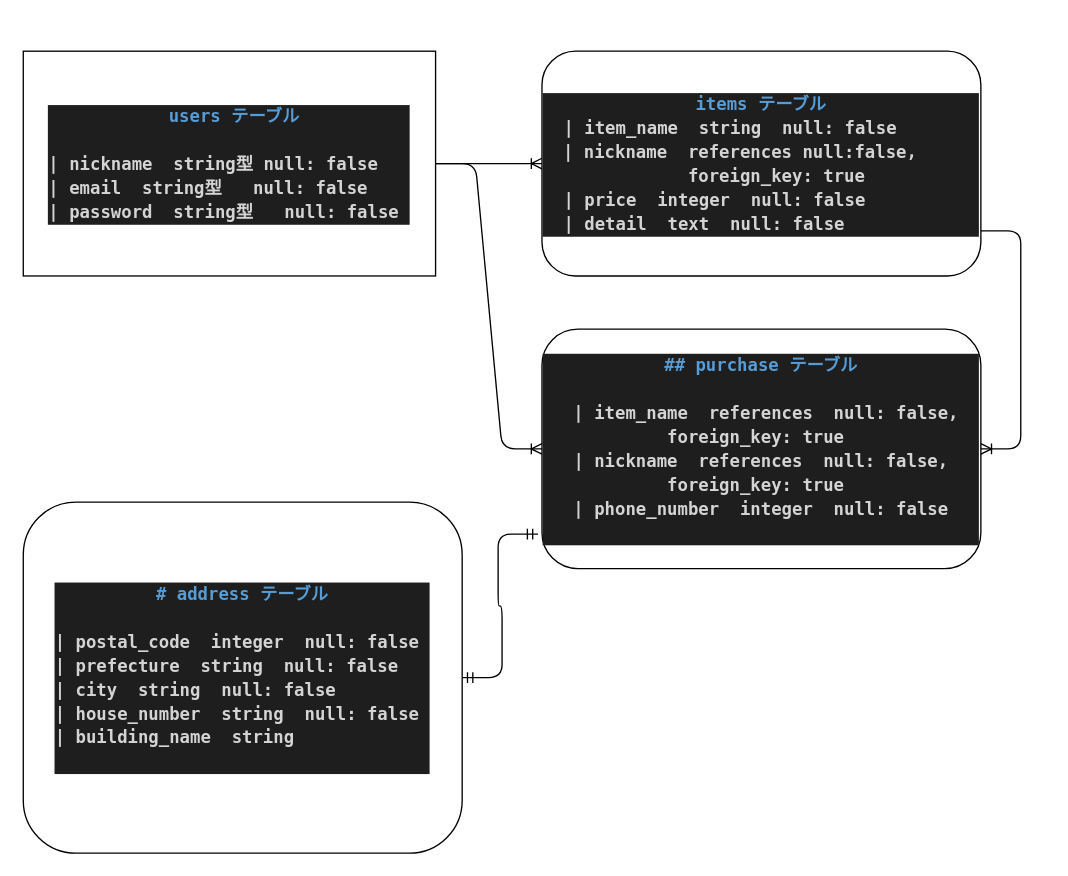
This is furima.dio from ippei-ishikawa/furima-32585, a draw.io file, before an edit. Source tidied: cells renumbered, new cells numbered last; positions are measured from the earlier drawing's top-left corner, leaving out a move shared by most shapes. Both pictures are drawn from the tidied source at 133%, with x=0, y=0 at pixel (23, 51).
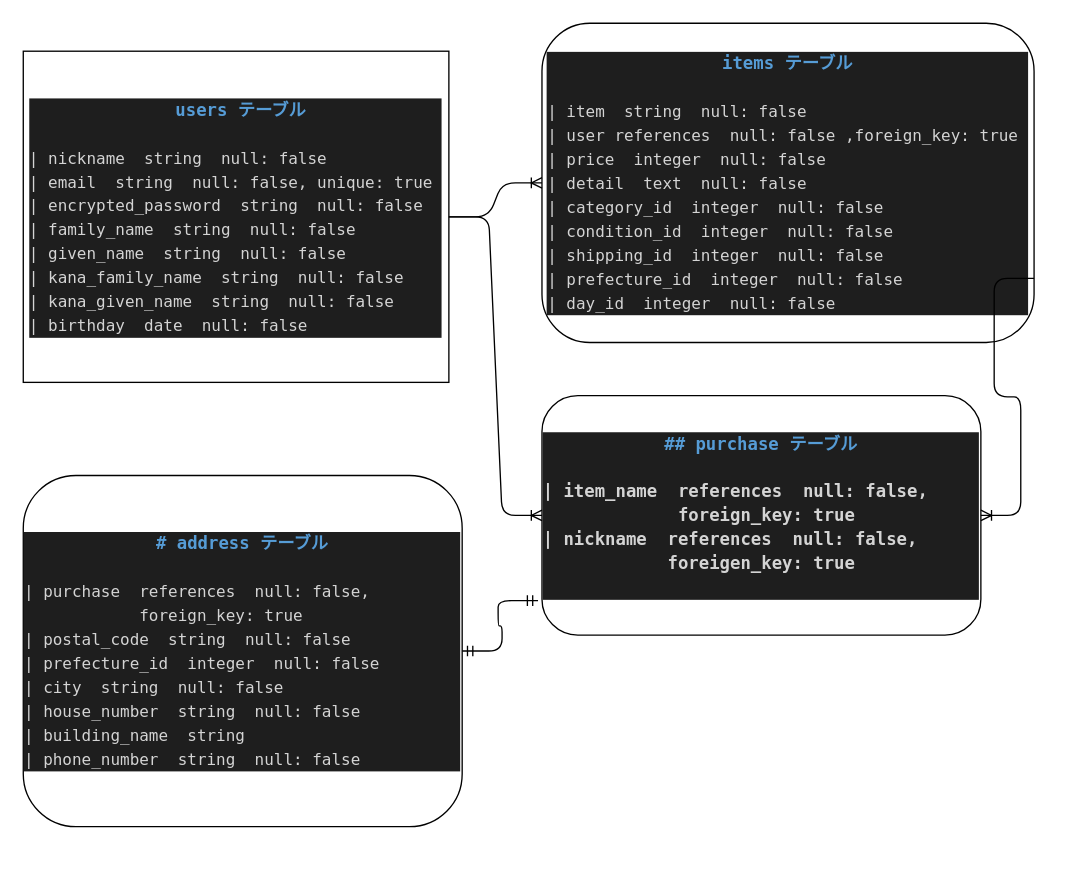
The same diagram, later.

What changed in the source:
```diff
@@
 <mxGraphModel>
   <root>
     <mxCell id="0" />
     <mxCell id="1" parent="0" />
-    <mxCell id="2" value="&lt;div style=&quot;color: rgb(212 , 212 , 212) ; background-color: rgb(30 , 30 , 30) ; font-family: &amp;#34;menlo&amp;#34; , &amp;#34;monaco&amp;#34; , &amp;#34;courier new&amp;#34; , monospace ; font-size: 13px ; line-height: 18px&quot;&gt;&lt;div style=&quot;font-size: 13px&quot;&gt;&lt;span style=&quot;color: rgb(86 , 156 , 214) ; font-size: 13px&quot;&gt;&amp;nbsp;users テーブル&lt;/span&gt;&lt;/div&gt;&lt;div style=&quot;font-size: 13px&quot;&gt;&lt;span style=&quot;color: rgb(86 , 156 , 214) ; font-size: 13px&quot;&gt;&lt;br style=&quot;font-size: 13px&quot;&gt;&lt;/span&gt;&lt;/div&gt;&lt;div style=&quot;text-align: left ; font-size: 13px&quot;&gt;| nickname&amp;nbsp; string型 null: false&amp;nbsp;&amp;nbsp;&lt;/div&gt;&lt;div style=&quot;text-align: left ; font-size: 13px&quot;&gt;| email&amp;nbsp; string型&amp;nbsp; &amp;nbsp;null: false&amp;nbsp;&lt;/div&gt;&lt;div style=&quot;text-align: left ; font-size: 13px&quot;&gt;&lt;span style=&quot;color: rgb(212 , 212 , 212) ; font-size: 13px&quot;&gt;| password&amp;nbsp; string型&amp;nbsp; &amp;nbsp;null: false&amp;nbsp;&lt;/span&gt;&lt;/div&gt;&lt;/div&gt;" style="rounded=0;whiteSpace=wrap;html=1;fontStyle=1;verticalAlign=middle;fontSize=13;" parent="1" vertex="1">
-      <mxGeometry width="310" height="169" as="geometry" />
+    <mxCell id="2" value="&lt;div style=&quot;color: rgb(212 , 212 , 212) ; background-color: rgb(30 , 30 , 30) ; font-family: &amp;#34;menlo&amp;#34; , &amp;#34;monaco&amp;#34; , &amp;#34;courier new&amp;#34; , monospace ; font-size: 13px ; line-height: 18px&quot;&gt;&lt;div style=&quot;font-size: 13px&quot;&gt;&lt;span style=&quot;color: rgb(86 , 156 , 214) ; font-size: 13px&quot;&gt;&amp;nbsp;users テーブル&lt;/span&gt;&lt;/div&gt;&lt;div style=&quot;font-size: 13px&quot;&gt;&lt;span style=&quot;color: rgb(86 , 156 , 214) ; font-size: 13px&quot;&gt;&lt;br style=&quot;font-size: 13px&quot;&gt;&lt;/span&gt;&lt;/div&gt;&lt;div style=&quot;text-align: left ; font-size: 13px&quot;&gt;&lt;div style=&quot;font-family: &amp;#34;menlo&amp;#34; , &amp;#34;monaco&amp;#34; , &amp;#34;courier new&amp;#34; , monospace ; font-weight: normal ; font-size: 12px ; line-height: 18px&quot;&gt;&lt;div&gt;| nickname&amp;nbsp; string&amp;nbsp; null: false&amp;nbsp;&lt;/div&gt;&lt;div&gt;| email&amp;nbsp; string&amp;nbsp; null: false, unique: true&amp;nbsp;&lt;/div&gt;&lt;div&gt;| encrypted_password&amp;nbsp; string&amp;nbsp; null: false&amp;nbsp;&lt;/div&gt;&lt;div&gt;| family_name&amp;nbsp; string&amp;nbsp; null: false&amp;nbsp;&lt;/div&gt;&lt;div&gt;| given_name&amp;nbsp; string&amp;nbsp; null: false&amp;nbsp;&lt;/div&gt;&lt;div&gt;| kana_family_name&amp;nbsp; string&amp;nbsp; null: false&amp;nbsp;&lt;/div&gt;&lt;div&gt;| kana_given_name&amp;nbsp; string&amp;nbsp; null: false&amp;nbsp;&lt;/div&gt;&lt;div&gt;| birthday&amp;nbsp; date&amp;nbsp; null: false&amp;nbsp;&lt;/div&gt;&lt;/div&gt;&lt;/div&gt;&lt;/div&gt;" style="rounded=0;whiteSpace=wrap;html=1;fontStyle=1;verticalAlign=middle;fontSize=13;" parent="1" vertex="1">
+      <mxGeometry width="320" height="249" as="geometry" />
     </mxCell>
-    <mxCell id="3" value="&lt;div style=&quot;color: rgb(212 , 212 , 212) ; background-color: rgb(30 , 30 , 30) ; font-family: &amp;#34;menlo&amp;#34; , &amp;#34;monaco&amp;#34; , &amp;#34;courier new&amp;#34; , monospace ; line-height: 18px ; font-size: 13px&quot;&gt;&lt;div style=&quot;font-size: 13px&quot;&gt;&lt;div style=&quot;font-family: &amp;#34;menlo&amp;#34; , &amp;#34;monaco&amp;#34; , &amp;#34;courier new&amp;#34; , monospace ; line-height: 18px ; font-size: 13px&quot;&gt;&lt;span style=&quot;color: rgb(86 , 156 , 214) ; font-size: 13px&quot;&gt;items テーブル&lt;/span&gt;&lt;/div&gt;&lt;/div&gt;&lt;div style=&quot;text-align: left ; font-size: 13px&quot;&gt;&amp;nbsp; | item_name&amp;nbsp; string&amp;nbsp; null: false&amp;nbsp;&lt;/div&gt;&lt;div style=&quot;font-size: 13px&quot;&gt;&lt;span&gt;&amp;nbsp;| nickname&amp;nbsp; references null:false,&amp;nbsp; &amp;nbsp; &amp;nbsp; &amp;nbsp; &amp;nbsp; foreign_key: true&amp;nbsp;&lt;/span&gt;&lt;/div&gt;&lt;div style=&quot;text-align: left ; font-size: 13px&quot;&gt;&amp;nbsp; | price&amp;nbsp; integer&amp;nbsp; null: false&amp;nbsp;&lt;/div&gt;&lt;div style=&quot;text-align: left ; font-size: 13px&quot;&gt;&amp;nbsp; | detail&amp;nbsp; text&amp;nbsp; null: false&amp;nbsp;&lt;/div&gt;&lt;/div&gt;" style="rounded=1;whiteSpace=wrap;html=1;fontSize=13;fontStyle=1;align=center;" parent="1" vertex="1">
-      <mxGeometry x="390" width="330" height="169" as="geometry" />
+    <mxCell id="3" value="&lt;div style=&quot;color: rgb(212 , 212 , 212) ; background-color: rgb(30 , 30 , 30) ; font-family: &amp;#34;menlo&amp;#34; , &amp;#34;monaco&amp;#34; , &amp;#34;courier new&amp;#34; , monospace ; line-height: 18px ; font-size: 13px&quot;&gt;&lt;div style=&quot;font-size: 13px&quot;&gt;&lt;div style=&quot;font-family: &amp;#34;menlo&amp;#34; , &amp;#34;monaco&amp;#34; , &amp;#34;courier new&amp;#34; , monospace ; line-height: 18px ; font-size: 13px&quot;&gt;&lt;span style=&quot;color: rgb(86 , 156 , 214) ; font-size: 13px&quot;&gt;items テーブル&lt;/span&gt;&lt;/div&gt;&lt;div style=&quot;font-family: &amp;#34;menlo&amp;#34; , &amp;#34;monaco&amp;#34; , &amp;#34;courier new&amp;#34; , monospace ; line-height: 18px ; font-size: 13px&quot;&gt;&lt;span style=&quot;color: rgb(86 , 156 , 214) ; font-size: 13px&quot;&gt;&lt;br&gt;&lt;/span&gt;&lt;/div&gt;&lt;/div&gt;&lt;div style=&quot;text-align: left ; font-size: 13px&quot;&gt;&lt;span style=&quot;font-family: &amp;#34;menlo&amp;#34; , &amp;#34;monaco&amp;#34; , &amp;#34;courier new&amp;#34; , monospace ; font-size: 12px ; font-weight: normal&quot;&gt;| item&amp;nbsp; string&amp;nbsp; null: false&amp;nbsp;&lt;/span&gt;&lt;/div&gt;&lt;div style=&quot;font-family: &amp;#34;menlo&amp;#34; , &amp;#34;monaco&amp;#34; , &amp;#34;courier new&amp;#34; , monospace ; font-weight: normal ; font-size: 12px ; line-height: 18px&quot;&gt;&lt;div style=&quot;text-align: left&quot;&gt;| user references&amp;nbsp; null: false ,foreign_key: true&amp;nbsp;&lt;/div&gt;&lt;div style=&quot;text-align: left&quot;&gt;| price&amp;nbsp; integer&amp;nbsp; null: false&amp;nbsp;&lt;/div&gt;&lt;div style=&quot;text-align: left&quot;&gt;| detail&amp;nbsp; text&amp;nbsp; null: false&amp;nbsp;&lt;/div&gt;&lt;div style=&quot;text-align: left&quot;&gt;| category_id&amp;nbsp; integer&amp;nbsp; null: false&amp;nbsp;&lt;/div&gt;&lt;div style=&quot;text-align: left&quot;&gt;| condition_id&amp;nbsp; integer&amp;nbsp; null: false&amp;nbsp;&lt;/div&gt;&lt;div style=&quot;text-align: left&quot;&gt;| shipping_id&amp;nbsp; integer&amp;nbsp; null: false&amp;nbsp;&lt;/div&gt;&lt;div style=&quot;text-align: left&quot;&gt;| prefecture_id&amp;nbsp; integer&amp;nbsp; null: false&amp;nbsp;&lt;/div&gt;&lt;div style=&quot;text-align: left&quot;&gt;| day_id&amp;nbsp; integer&amp;nbsp; null: false&amp;nbsp;&lt;/div&gt;&lt;/div&gt;&lt;/div&gt;" style="rounded=1;whiteSpace=wrap;html=1;fontSize=13;fontStyle=1;align=center;" parent="1" vertex="1">
+      <mxGeometry x="390" y="-21" width="370" height="240" as="geometry" />
     </mxCell>
-    <mxCell id="4" value="&lt;div style=&quot;color: rgb(212 , 212 , 212) ; background-color: rgb(30 , 30 , 30) ; font-family: &amp;#34;menlo&amp;#34; , &amp;#34;monaco&amp;#34; , &amp;#34;courier new&amp;#34; , monospace ; line-height: 18px&quot;&gt;&lt;div&gt;&lt;span style=&quot;color: rgb(86 , 156 , 214)&quot;&gt;## purchase テーブル&lt;/span&gt;&lt;/div&gt;&lt;div&gt;&lt;span style=&quot;color: rgb(86 , 156 , 214)&quot;&gt;&lt;br&gt;&lt;/span&gt;&lt;/div&gt;&lt;div&gt;&amp;nbsp;| item_name&amp;nbsp; references&amp;nbsp; null: false, foreign_key: true&amp;nbsp;&lt;/div&gt;&lt;div&gt;| nickname&amp;nbsp; references&amp;nbsp; null: false, foreign_key: true&amp;nbsp;&lt;/div&gt;&lt;div&gt;&lt;div style=&quot;font-family: &amp;#34;menlo&amp;#34; , &amp;#34;monaco&amp;#34; , &amp;#34;courier new&amp;#34; , monospace ; line-height: 18px&quot;&gt;&amp;nbsp;| phone_number&amp;nbsp; integer&amp;nbsp; null: false&amp;nbsp;&lt;/div&gt;&lt;/div&gt;&lt;div&gt;&lt;br&gt;&lt;/div&gt;&lt;/div&gt;" style="rounded=1;whiteSpace=wrap;html=1;fontStyle=1;fontSize=13;" parent="1" vertex="1">
-      <mxGeometry x="390" y="209" width="330" height="180" as="geometry" />
+    <mxCell id="4" value="&lt;div style=&quot;color: rgb(212 , 212 , 212) ; background-color: rgb(30 , 30 , 30) ; font-family: &amp;#34;menlo&amp;#34; , &amp;#34;monaco&amp;#34; , &amp;#34;courier new&amp;#34; , monospace ; line-height: 18px&quot;&gt;&lt;div&gt;&lt;span style=&quot;color: rgb(86 , 156 , 214)&quot;&gt;## purchase テーブル&lt;/span&gt;&lt;/div&gt;&lt;div&gt;&lt;span style=&quot;color: rgb(86 , 156 , 214)&quot;&gt;&lt;br&gt;&lt;/span&gt;&lt;/div&gt;&lt;div style=&quot;text-align: left&quot;&gt;| item_name&amp;nbsp; references&amp;nbsp; null: false,&amp;nbsp; &amp;nbsp; &amp;nbsp; &amp;nbsp; &amp;nbsp; &amp;nbsp; &amp;nbsp; &amp;nbsp; &amp;nbsp;foreign_key: true&amp;nbsp;&lt;/div&gt;&lt;div style=&quot;text-align: left&quot;&gt;| nickname&amp;nbsp; references&amp;nbsp; null: false,&amp;nbsp;&lt;/div&gt;&lt;div style=&quot;text-align: left&quot;&gt;&amp;nbsp; &amp;nbsp; &amp;nbsp; &amp;nbsp; &amp;nbsp; &amp;nbsp; foreigen_key: true&amp;nbsp;&lt;/div&gt;&lt;div style=&quot;text-align: left&quot;&gt;&lt;br&gt;&lt;/div&gt;&lt;/div&gt;" style="rounded=1;whiteSpace=wrap;html=1;fontStyle=1;fontSize=13;" parent="1" vertex="1">
+      <mxGeometry x="390" y="259" width="330" height="180" as="geometry" />
     </mxCell>
     <mxCell id="5" style="edgeStyle=entityRelationEdgeStyle;fontSize=12;html=1;endArrow=ERoneToMany;entryX=0;entryY=0.5;entryDx=0;entryDy=0;exitX=1;exitY=0.5;exitDx=0;exitDy=0;" parent="1" edge="1" source="2" target="3">
       <mxGeometry relative="1" as="geometry" />
     </mxCell>
     <mxCell id="6" style="edgeStyle=entityRelationEdgeStyle;fontSize=12;html=1;endArrow=ERoneToMany;exitX=1;exitY=0.5;exitDx=0;exitDy=0;entryX=0;entryY=0.5;entryDx=0;entryDy=0;" parent="1" edge="1" source="2" target="4">
       <mxGeometry relative="1" as="geometry" />
     </mxCell>
-    <mxCell id="7" value="&lt;div style=&quot;color: rgb(212 , 212 , 212) ; background-color: rgb(30 , 30 , 30) ; font-family: &amp;#34;menlo&amp;#34; , &amp;#34;monaco&amp;#34; , &amp;#34;courier new&amp;#34; , monospace ; line-height: 18px&quot;&gt;&lt;div&gt;&lt;span style=&quot;color: rgb(86 , 156 , 214)&quot;&gt;&lt;b&gt;# address テーブル&lt;/b&gt;&lt;/span&gt;&lt;/div&gt;&lt;div style=&quot;text-align: left&quot;&gt;&lt;span style=&quot;color: rgb(86 , 156 , 214)&quot;&gt;&lt;b&gt;&lt;br&gt;&lt;/b&gt;&lt;/span&gt;&lt;/div&gt;&lt;div style=&quot;text-align: left&quot;&gt;&lt;b&gt;| postal_code&amp;nbsp; integer&amp;nbsp; null: false&amp;nbsp;&lt;/b&gt;&lt;/div&gt;&lt;div style=&quot;text-align: left&quot;&gt;&lt;b&gt;| prefecture&amp;nbsp; string&amp;nbsp; null: false&amp;nbsp;&lt;/b&gt;&lt;/div&gt;&lt;div style=&quot;text-align: left&quot;&gt;&lt;b&gt;| city&amp;nbsp; string&amp;nbsp; null: false&amp;nbsp;&lt;/b&gt;&lt;/div&gt;&lt;div style=&quot;text-align: left&quot;&gt;&lt;b&gt;| house_number&amp;nbsp; string&amp;nbsp; null: false&amp;nbsp;&lt;/b&gt;&lt;/div&gt;&lt;div style=&quot;text-align: left&quot;&gt;&lt;b&gt;| building_name&amp;nbsp; string&amp;nbsp;&amp;nbsp;&lt;/b&gt;&lt;/div&gt;&lt;br&gt;&lt;/div&gt;" style="rounded=1;whiteSpace=wrap;html=1;fontSize=13;" parent="1" vertex="1">
-      <mxGeometry y="339" width="330" height="264" as="geometry" />
+    <mxCell id="7" value="&lt;div style=&quot;color: rgb(212 , 212 , 212) ; background-color: rgb(30 , 30 , 30) ; font-family: &amp;#34;menlo&amp;#34; , &amp;#34;monaco&amp;#34; , &amp;#34;courier new&amp;#34; , monospace ; line-height: 18px&quot;&gt;&lt;div&gt;&lt;span style=&quot;color: rgb(86 , 156 , 214)&quot;&gt;&lt;b&gt;# address テーブル&lt;/b&gt;&lt;/span&gt;&lt;/div&gt;&lt;div style=&quot;text-align: left&quot;&gt;&lt;span style=&quot;color: rgb(86 , 156 , 214)&quot;&gt;&lt;b&gt;&lt;br&gt;&lt;/b&gt;&lt;/span&gt;&lt;/div&gt;&lt;div style=&quot;font-family: &amp;#34;menlo&amp;#34; , &amp;#34;monaco&amp;#34; , &amp;#34;courier new&amp;#34; , monospace ; font-size: 12px ; line-height: 18px&quot;&gt;&lt;div style=&quot;text-align: left&quot;&gt;| purchase&amp;nbsp; references&amp;nbsp; null: false,&amp;nbsp; &amp;nbsp; &amp;nbsp; &amp;nbsp; &amp;nbsp; &amp;nbsp; &amp;nbsp; &amp;nbsp; &amp;nbsp; &amp;nbsp; &amp;nbsp; foreign_key: true&amp;nbsp;&lt;/div&gt;&lt;div style=&quot;text-align: left&quot;&gt;| postal_code&amp;nbsp; string&amp;nbsp; null: false&amp;nbsp;&lt;/div&gt;&lt;div style=&quot;text-align: left&quot;&gt;| prefecture_id&amp;nbsp; integer&amp;nbsp; null: false&amp;nbsp;&lt;/div&gt;&lt;div style=&quot;text-align: left&quot;&gt;| city&amp;nbsp; string&amp;nbsp; null: false&amp;nbsp;&lt;/div&gt;&lt;div style=&quot;text-align: left&quot;&gt;| house_number&amp;nbsp; string&amp;nbsp; null: false&amp;nbsp;&lt;/div&gt;&lt;div style=&quot;text-align: left&quot;&gt;| building_name&amp;nbsp; string&amp;nbsp;&lt;/div&gt;&lt;div style=&quot;text-align: left&quot;&gt;| phone_number&amp;nbsp; string&amp;nbsp; null: false&amp;nbsp;&lt;/div&gt;&lt;/div&gt;&lt;/div&gt;" style="rounded=1;whiteSpace=wrap;html=1;fontSize=13;" parent="1" vertex="1">
+      <mxGeometry y="319" width="330" height="264" as="geometry" />
     </mxCell>
     <mxCell id="8" style="edgeStyle=entityRelationEdgeStyle;fontSize=12;html=1;endArrow=ERmandOne;startArrow=ERmandOne;exitX=1;exitY=0.5;exitDx=0;exitDy=0;entryX=-0.009;entryY=0.856;entryDx=0;entryDy=0;entryPerimeter=0;" parent="1" edge="1" source="7" target="4">
       <mxGeometry relative="1" as="geometry" />
     </mxCell>
     <mxCell id="9" style="edgeStyle=entityRelationEdgeStyle;fontSize=12;html=1;endArrow=ERoneToMany;entryX=1;entryY=0.5;entryDx=0;entryDy=0;exitX=1;exitY=0.799;exitDx=0;exitDy=0;exitPerimeter=0;" parent="1" edge="1" source="3" target="4">
       <mxGeometry relative="1" as="geometry" />
     </mxCell>
   </root>
 </mxGraphModel>
```
